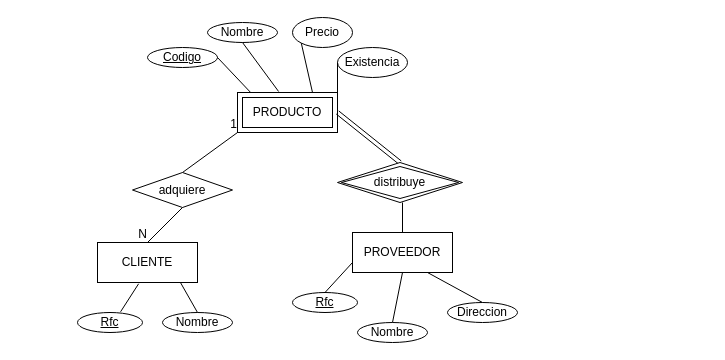
IsraMejia/DiagramasEntidadRelacion keeps this draw.io diagram as Untitled Diagram.drawio. Above is the earlier version. Source tidied: cells renumbered, new cells numbered last; positions are measured from the earlier drawing's top-left corner, leaving out a move shared by most shapes. Both pictures are drawn from the tidied source at 100%, with x=0, y=0 at pixel (77, 17).
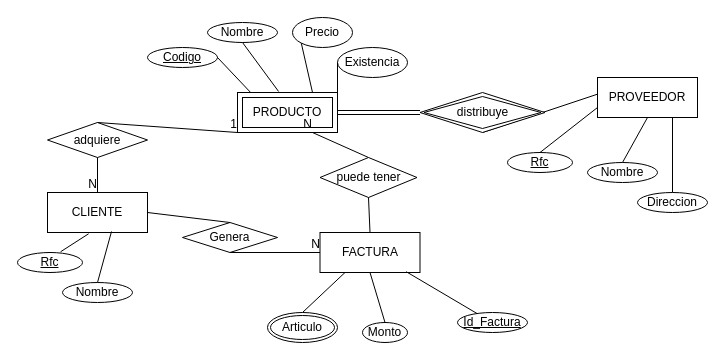
Above is the later version.

Commit message:
Se le agrego factura a la compra

Unchanged cells that the change refers to:
```xml
<mxCell id="10" value="PRODUCTO" style="shape=ext;margin=3;double=1;whiteSpace=wrap;html=1;align=center;" parent="1" vertex="1">
  <mxGeometry x="160" y="75" width="100" height="40" as="geometry" />
</mxCell>
```

The edit, as a diff of the source:
```diff
@@
-    <mxCell id="11" style="shape=link;html=1;rounded=0;exitX=1;exitY=0.5;exitDx=0;exitDy=0;entryX=0.5;entryY=0;entryDx=0;entryDy=0;" parent="1" edge="1" source="10" target="30">
+    <mxCell id="11" style="shape=link;html=1;rounded=0;exitX=1;exitY=0.5;exitDx=0;exitDy=0;entryX=0;entryY=0.5;entryDx=0;entryDy=0;" parent="1" edge="1" source="10" target="30">
       <mxGeometry relative="1" as="geometry" />
     </mxCell>
-    <mxCell id="12" style="endArrow=none;html=1;rounded=0;exitX=0.5;exitY=1;exitDx=0;exitDy=0;entryX=0.5;entryY=0;entryDx=0;entryDy=0;" parent="1" edge="1" target="13">
-      <mxGeometry relative="1" as="geometry">
-        <mxPoint x="325" y="185" as="sourcePoint" />
-      </mxGeometry>
+    <mxCell id="12" style="endArrow=none;html=1;rounded=0;exitX=0.5;exitY=1;exitDx=0;exitDy=0;entryX=0.5;entryY=0;entryDx=0;entryDy=0;" parent="1" edge="1" source="30" target="13">
+      <mxGeometry relative="1" as="geometry" />
     </mxCell>
     <mxCell id="13" value="PROVEEDOR" style="whiteSpace=wrap;html=1;align=center;" parent="1" vertex="1">
-      <mxGeometry x="275" y="215" width="100" height="40" as="geometry" />
+      <mxGeometry x="520" y="60" width="100" height="40" as="geometry" />
     </mxCell>
     <mxCell id="14" value="Nombre" style="ellipse;whiteSpace=wrap;html=1;align=center;" parent="1" vertex="1">
-      <mxGeometry x="280" y="305" width="70" height="20" as="geometry" />
+      <mxGeometry x="510" y="145" width="70" height="20" as="geometry" />
     </mxCell>
     <mxCell id="15" value="Rfc" style="ellipse;whiteSpace=wrap;html=1;align=center;fontStyle=4;" parent="1" vertex="1">
-      <mxGeometry x="215" y="275" width="65" height="20" as="geometry" />
+      <mxGeometry x="430" y="135" width="65" height="20" as="geometry" />
     </mxCell>
     <mxCell id="16" value="Direccion" style="ellipse;whiteSpace=wrap;html=1;align=center;" parent="1" vertex="1">
-      <mxGeometry x="370" y="285" width="70" height="20" as="geometry" />
+      <mxGeometry x="560" y="175" width="70" height="20" as="geometry" />
     </mxCell>
@@
     <mxCell id="20" value="adquiere" style="shape=rhombus;perimeter=rhombusPerimeter;whiteSpace=wrap;html=1;align=center;" parent="1" vertex="1">
-      <mxGeometry x="55" y="155" width="100" height="35" as="geometry" />
+      <mxGeometry x="-30" y="105" width="100" height="35" as="geometry" />
     </mxCell>
@@
     <mxCell id="23" value="CLIENTE" style="whiteSpace=wrap;html=1;align=center;" parent="1" vertex="1">
-      <mxGeometry x="20" y="225" width="100" height="40" as="geometry" />
+      <mxGeometry x="-30" y="175" width="100" height="40" as="geometry" />
     </mxCell>
@@
     <mxCell id="26" value="Nombre" style="ellipse;whiteSpace=wrap;html=1;align=center;" parent="1" vertex="1">
-      <mxGeometry x="85" y="295" width="70" height="20" as="geometry" />
+      <mxGeometry x="-15" y="265" width="70" height="20" as="geometry" />
     </mxCell>
     <mxCell id="27" value="Rfc" style="ellipse;whiteSpace=wrap;html=1;align=center;fontStyle=4;" parent="1" vertex="1">
-      <mxGeometry y="295" width="65" height="20" as="geometry" />
+      <mxGeometry x="-60" y="235" width="65" height="20" as="geometry" />
     </mxCell>
@@
-    <mxCell id="29" style="endArrow=none;html=1;rounded=0;entryX=0.5;entryY=0;entryDx=0;entryDy=0;exitX=0.831;exitY=1.007;exitDx=0;exitDy=0;exitPerimeter=0;" parent="1" edge="1" source="23" target="26">
+    <mxCell id="29" style="endArrow=none;html=1;rounded=0;entryX=0.5;entryY=0;entryDx=0;entryDy=0;exitX=0.64;exitY=0.975;exitDx=0;exitDy=0;exitPerimeter=0;" parent="1" edge="1" source="23" target="26">
       <mxGeometry relative="1" as="geometry" />
     </mxCell>
     <mxCell id="30" value="distribuye" style="shape=rhombus;double=1;perimeter=rhombusPerimeter;whiteSpace=wrap;html=1;align=center;" parent="1" vertex="1">
-      <mxGeometry x="260" y="145" width="125" height="40" as="geometry" />
+      <mxGeometry x="342.5" y="75" width="125" height="40" as="geometry" />
     </mxCell>
+    <mxCell id="31" value="FACTURA" style="whiteSpace=wrap;html=1;align=center;" parent="1" vertex="1">
+      <mxGeometry x="242.5" y="215" width="100" height="40" as="geometry" />
+    </mxCell>
+    <mxCell id="32" value="Id_Factura" style="ellipse;whiteSpace=wrap;html=1;align=center;fontStyle=4;" parent="1" vertex="1">
+      <mxGeometry x="380" y="295" width="70" height="20" as="geometry" />
+    </mxCell>
+    <mxCell id="33" value="Monto" style="ellipse;whiteSpace=wrap;html=1;align=center;" parent="1" vertex="1">
+      <mxGeometry x="285" y="305" width="45" height="20" as="geometry" />
+    </mxCell>
+    <mxCell id="34" value="Articulo" style="ellipse;shape=doubleEllipse;margin=3;whiteSpace=wrap;html=1;align=center;" parent="1" vertex="1">
+      <mxGeometry x="190" y="295" width="70" height="30" as="geometry" />
+    </mxCell>
+    <mxCell id="35" style="endArrow=none;html=1;rounded=0;exitX=0.5;exitY=0;exitDx=0;exitDy=0;entryX=0.25;entryY=1;entryDx=0;entryDy=0;" parent="1" edge="1" source="34" target="31">
+      <mxGeometry relative="1" as="geometry" />
+    </mxCell>
+    <mxCell id="36" style="endArrow=none;html=1;rounded=0;exitX=0.5;exitY=0;exitDx=0;exitDy=0;entryX=0.5;entryY=1;entryDx=0;entryDy=0;" parent="1" edge="1" source="33" target="31">
+      <mxGeometry relative="1" as="geometry" />
+    </mxCell>
+    <mxCell id="37" style="endArrow=none;html=1;rounded=0;entryX=0.862;entryY=0.98;entryDx=0;entryDy=0;entryPerimeter=0;" parent="1" edge="1" source="32" target="31">
+      <mxGeometry relative="1" as="geometry" />
+    </mxCell>
+    <mxCell id="38" value="Genera" style="shape=rhombus;perimeter=rhombusPerimeter;whiteSpace=wrap;html=1;align=center;" parent="1" vertex="1">
+      <mxGeometry x="105" y="205" width="95" height="30" as="geometry" />
+    </mxCell>
+    <mxCell id="39" style="endArrow=none;html=1;rounded=0;exitX=0.5;exitY=1;exitDx=0;exitDy=0;" parent="1" edge="1" source="38" target="31">
+      <mxGeometry relative="1" as="geometry" />
+    </mxCell>
+    <mxCell id="40" value="N" style="html=1;align=right;verticalAlign=bottom;" parent="39" vertex="1">
+      <mxGeometry x="1" relative="1" as="geometry" />
+    </mxCell>
+    <mxCell id="41" style="endArrow=none;html=1;rounded=0;exitX=1;exitY=0.5;exitDx=0;exitDy=0;entryX=0.5;entryY=0;entryDx=0;entryDy=0;" parent="1" edge="1" source="23" target="38">
+      <mxGeometry relative="1" as="geometry" />
+    </mxCell>
+    <mxCell id="42" value="puede tener" style="shape=rhombus;perimeter=rhombusPerimeter;whiteSpace=wrap;html=1;align=center;" parent="1" vertex="1">
+      <mxGeometry x="242.5" y="140" width="97" height="40" as="geometry" />
+    </mxCell>
+    <mxCell id="43" style="endArrow=none;html=1;rounded=0;entryX=0.75;entryY=1;entryDx=0;entryDy=0;exitX=0.5;exitY=0;exitDx=0;exitDy=0;" parent="1" edge="1" source="42" target="10">
+      <mxGeometry relative="1" as="geometry" />
+    </mxCell>
+    <mxCell id="44" value="N" style="html=1;align=right;verticalAlign=bottom;" parent="43" vertex="1">
+      <mxGeometry x="1" relative="1" as="geometry" />
+    </mxCell>
+    <mxCell id="45" style="endArrow=none;html=1;rounded=0;exitX=0.5;exitY=0;exitDx=0;exitDy=0;entryX=0.5;entryY=1;entryDx=0;entryDy=0;" parent="1" edge="1" source="31" target="42">
+      <mxGeometry relative="1" as="geometry" />
+    </mxCell>
```
